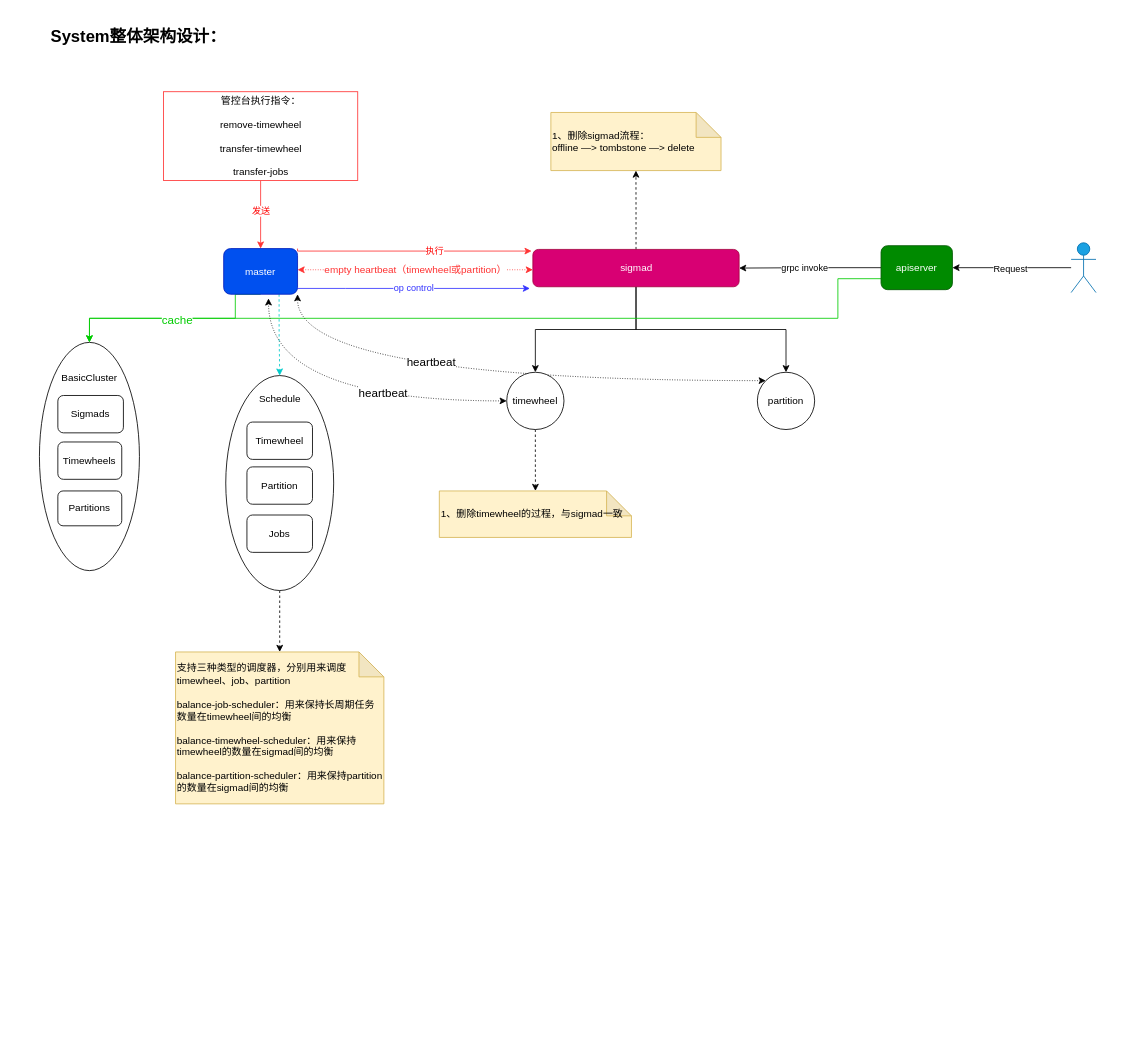
gitcodeporter/draw-uml keeps this draw.io diagram as sigmax.drawio. Above is the earlier version. Source tidied: cells renumbered, new cells numbered last; positions are measured from the earlier drawing's top-left corner, leaving out a move shared by most shapes. Both pictures are drawn from the tidied source at 83%, with x=0, y=0 at pixel (39, 14).
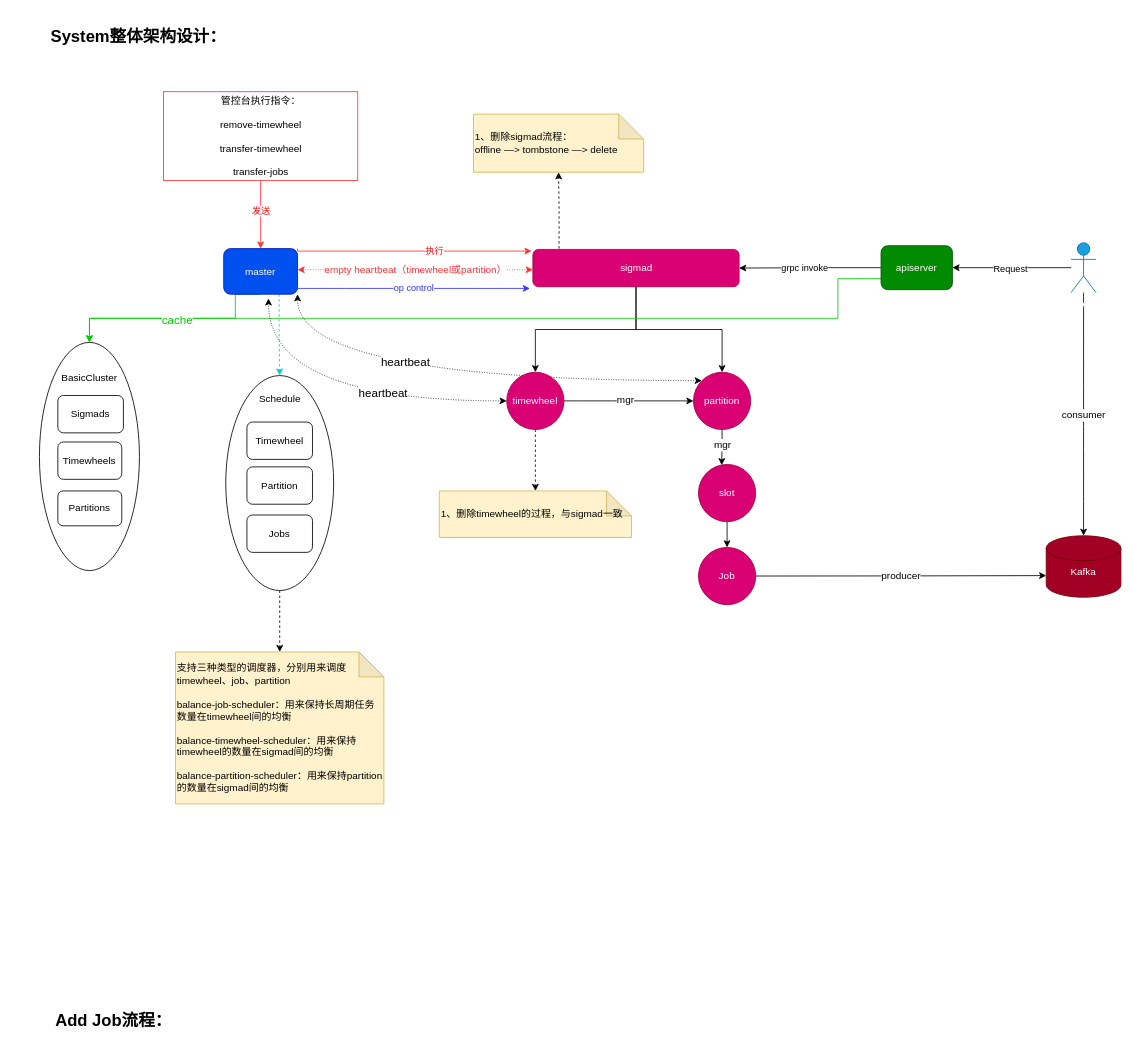
The same diagram, later.

The change refers to these unchanged cells:
```xml
<mxCell id="13" value="sigmad" style="rounded=1;whiteSpace=wrap;html=1;fillColor=#d80073;strokeColor=#A50040;fontColor=#ffffff;" parent="1" vertex="1">
  <mxGeometry x="594.5" y="283" width="248.5" height="45" as="geometry" />
</mxCell>
<mxCell id="42" value="Client" style="shape=umlActor;verticalLabelPosition=bottom;verticalAlign=top;html=1;outlineConnect=0;strokeColor=#006EAF;fillColor=#1ba1e2;fontColor=#ffffff;" parent="1" vertex="1">
  <mxGeometry x="1243" y="275" width="30" height="60" as="geometry" />
</mxCell>
```

The edit, as a diff of the source:
```diff
@@
-    <mxCell id="12" style="edgeStyle=orthogonalEdgeStyle;rounded=0;jettySize=auto;html=1;entryX=0.5;entryY=1;entryDx=0;entryDy=0;entryPerimeter=0;dashed=1;strokeColor=#000000;" parent="1" edge="1" source="13" target="29">
+    <mxCell id="12" style="edgeStyle=orthogonalEdgeStyle;rounded=0;jettySize=auto;html=1;entryX=0.5;entryY=1;entryDx=0;entryDy=0;entryPerimeter=0;dashed=1;strokeColor=#000000;exitX=0.127;exitY=-0.022;exitDx=0;exitDy=0;exitPerimeter=0;" parent="1" edge="1" source="13" target="29">
       <mxGeometry relative="1" as="geometry" />
     </mxCell>
@@
+    <mxCell id="44" style="edgeStyle=orthogonalEdgeStyle;curved=1;rounded=0;jettySize=auto;html=1;entryX=0.406;entryY=0.014;entryDx=0;entryDy=0;entryPerimeter=0;fontSize=12;fontColor=#000000;startArrow=none;startFill=0;strokeColor=#000000;" parent="1" edge="1" source="21" target="52">
+      <mxGeometry relative="1" as="geometry" />
+    </mxCell>
+    <mxCell id="45" value="mgr" style="edgeLabel;html=1;align=center;verticalAlign=middle;fontSize=12;fontColor=#000000;" parent="44" vertex="1">
+      <mxGeometry x="-0.17" relative="1" as="geometry" />
+    </mxCell>
-    <mxCell id="21" value="partition" style="ellipse;whiteSpace=wrap;html=1;" parent="1" vertex="1">
-      <mxGeometry x="865" y="431" width="69" height="69" as="geometry" />
+    <mxCell id="21" value="partition" style="ellipse;whiteSpace=wrap;html=1;fillColor=#d80073;strokeColor=#A50040;fontColor=#ffffff;" parent="1" vertex="1">
+      <mxGeometry x="788" y="431" width="69" height="69" as="geometry" />
     </mxCell>
@@
+    <mxCell id="46" style="edgeStyle=orthogonalEdgeStyle;curved=1;rounded=0;jettySize=auto;html=1;entryX=0;entryY=0.5;entryDx=0;entryDy=0;fontSize=12;fontColor=#000000;startArrow=none;startFill=0;strokeColor=#000000;" parent="1" edge="1" source="25" target="21">
+      <mxGeometry relative="1" as="geometry" />
+    </mxCell>
+    <mxCell id="47" value="mgr" style="edgeLabel;html=1;align=center;verticalAlign=middle;fontSize=12;fontColor=#000000;" parent="46" vertex="1">
+      <mxGeometry x="-0.06" y="2" relative="1" as="geometry">
+        <mxPoint y="1" as="offset" />
+      </mxGeometry>
+    </mxCell>
-    <mxCell id="25" value="timewheel" style="ellipse;whiteSpace=wrap;html=1;" parent="1" vertex="1">
+    <mxCell id="25" value="timewheel" style="ellipse;whiteSpace=wrap;html=1;fillColor=#d80073;strokeColor=#A50040;fontColor=#ffffff;" parent="1" vertex="1">
       <mxGeometry x="563" y="431" width="69" height="69" as="geometry" />
     </mxCell>
@@
     <mxCell id="29" value="1、删除sigmad流程：&lt;br&gt;offline —&amp;gt; tombstone —&amp;gt; delete" style="shape=note;whiteSpace=wrap;html=1;backgroundOutline=1;darkOpacity=0.05;fillColor=#fff2cc;strokeColor=#d6b656;align=left;" parent="1" vertex="1">
-      <mxGeometry x="616.2" y="118" width="205" height="70" as="geometry" />
+      <mxGeometry x="523" y="120" width="205" height="70" as="geometry" />
     </mxCell>
@@
+    <mxCell id="48" style="edgeStyle=orthogonalEdgeStyle;curved=1;rounded=0;jettySize=auto;html=1;entryX=0.5;entryY=0;entryDx=0;entryDy=0;entryPerimeter=0;fontSize=12;fontColor=#000000;startArrow=none;startFill=0;strokeColor=#000000;" parent="1" edge="1" source="42" target="50">
+      <mxGeometry relative="1" as="geometry" />
+    </mxCell>
+    <mxCell id="49" value="consumer" style="edgeLabel;html=1;align=center;verticalAlign=middle;fontSize=12;fontColor=#000000;" parent="48" vertex="1">
+      <mxGeometry y="-1" relative="1" as="geometry" />
+    </mxCell>
@@
+    <mxCell id="50" value="Kafka" style="shape=cylinder3;whiteSpace=wrap;html=1;boundedLbl=1;backgroundOutline=1;size=15;fontSize=12;strokeColor=#6F0000;align=center;verticalAlign=top;fillColor=#a20025;fontColor=#ffffff;" parent="1" vertex="1">
+      <mxGeometry x="1213" y="628" width="90" height="74" as="geometry" />
+    </mxCell>
+    <mxCell id="51" style="edgeStyle=orthogonalEdgeStyle;curved=1;rounded=0;jettySize=auto;html=1;exitX=0.5;exitY=1;exitDx=0;exitDy=0;entryX=0.5;entryY=0;entryDx=0;entryDy=0;fontSize=12;fontColor=#000000;startArrow=none;startFill=0;strokeColor=#000000;" parent="1" edge="1" source="52" target="54">
+      <mxGeometry relative="1" as="geometry" />
+    </mxCell>
+    <mxCell id="52" value="slot" style="ellipse;whiteSpace=wrap;html=1;fillColor=#d80073;strokeColor=#A50040;fontColor=#ffffff;" parent="1" vertex="1">
+      <mxGeometry x="794" y="542" width="69" height="69" as="geometry" />
+    </mxCell>
+    <mxCell id="53" value="producer" style="edgeStyle=orthogonalEdgeStyle;curved=1;rounded=0;jettySize=auto;html=1;entryX=0;entryY=0;entryDx=0;entryDy=48;entryPerimeter=0;fontSize=12;fontColor=#000000;startArrow=none;startFill=0;strokeColor=#000000;" parent="1" edge="1" source="54" target="50">
+      <mxGeometry relative="1" as="geometry" />
+    </mxCell>
+    <mxCell id="54" value="Job" style="ellipse;whiteSpace=wrap;html=1;fillColor=#d80073;strokeColor=#A50040;fontColor=#ffffff;" parent="1" vertex="1">
+      <mxGeometry x="794" y="642" width="69" height="69" as="geometry" />
+    </mxCell>
+    <mxCell id="55" value="Add Job流程：" style="text;html=1;strokeColor=none;fillColor=none;align=center;verticalAlign=middle;whiteSpace=wrap;rounded=0;fontSize=20;fontStyle=1;" parent="1" vertex="1">
+      <mxGeometry x="-30" y="1185" width="238.8" height="51" as="geometry" />
+    </mxCell>
```
